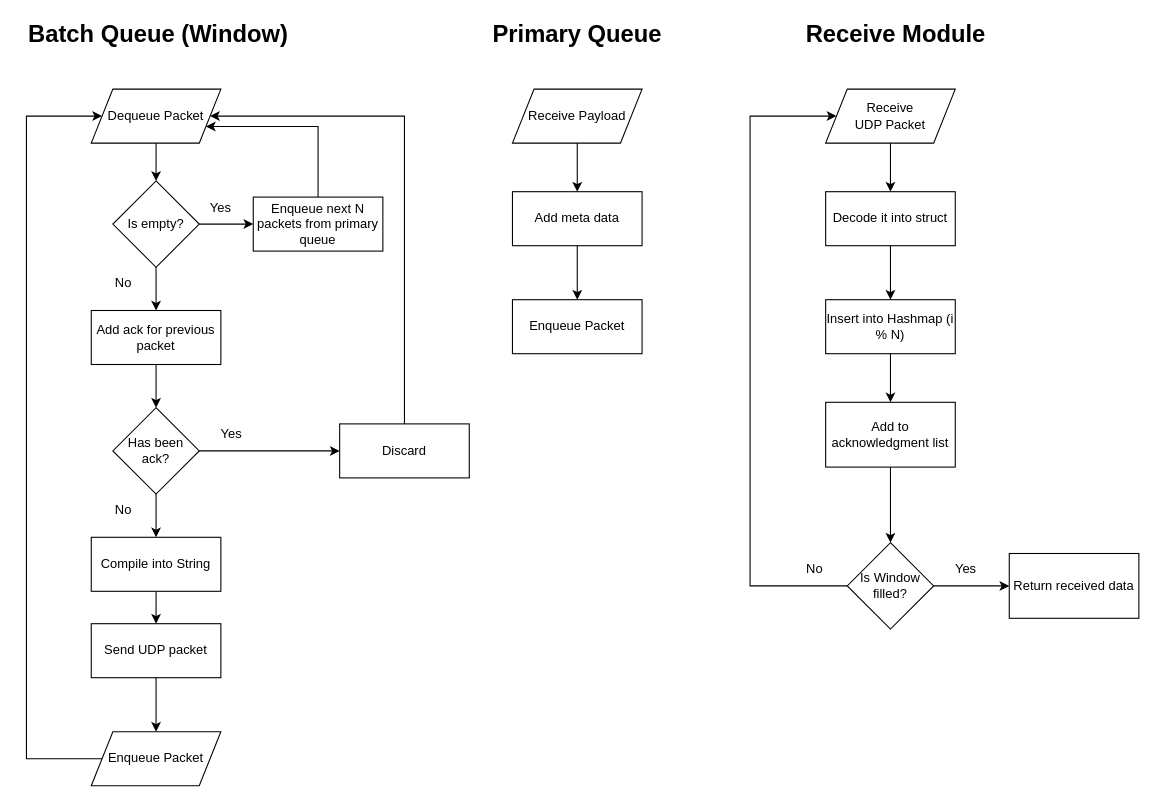
This is page "Queue" (3 of 4) of Software-Architecture.drawio from Prototype-Aether/Prototype-Aether, a draw.io file, before an edit. Source tidied: cells renumbered, new cells numbered last; positions are measured from the earlier drawing's top-left corner, leaving out a move shared by most shapes. Both pictures are drawn from the tidied source at 108%, with x=0, y=0 at pixel (26, 18).
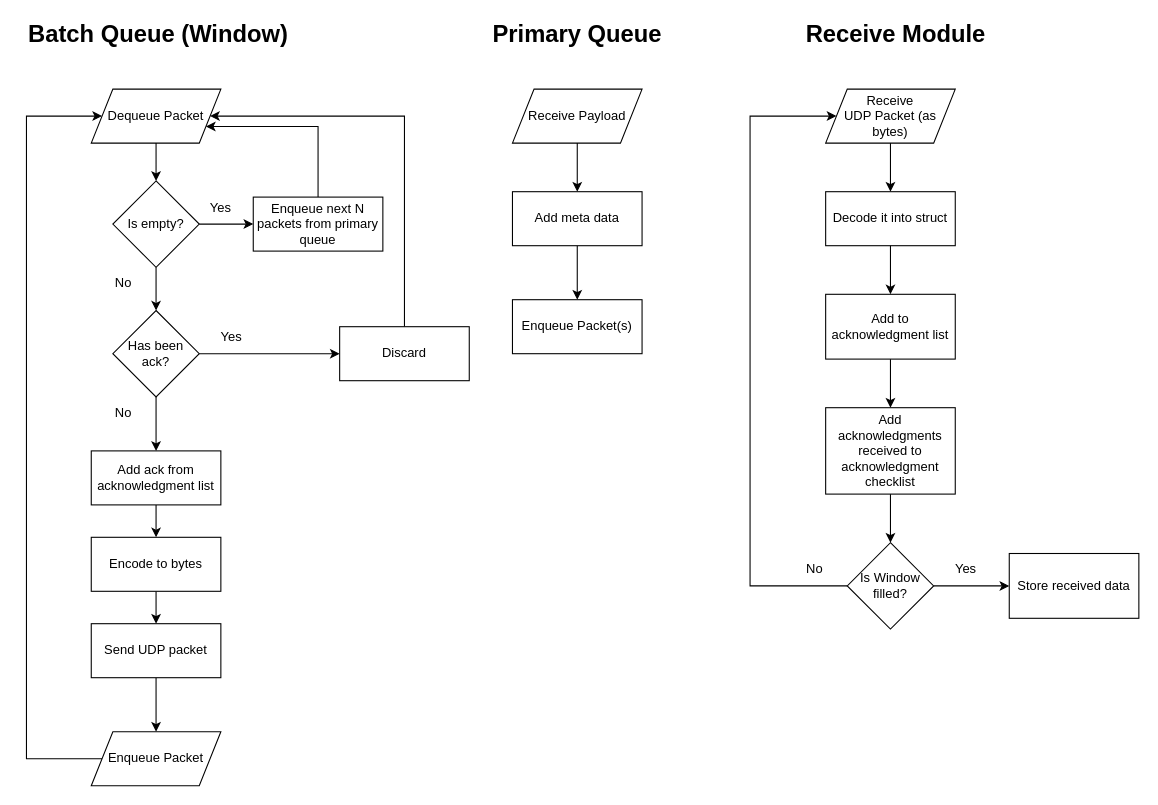
After the change.

The change refers to these unchanged cells:
```xml
<mxCell id="19" value="Is empty?" style="rhombus;whiteSpace=wrap;html=1;" parent="1" vertex="1">
  <mxGeometry x="80" y="150" width="80" height="80" as="geometry" />
</mxCell>
<mxCell id="36" value="Decode it into struct" style="whiteSpace=wrap;html=1;" parent="1" vertex="1">
  <mxGeometry x="740" y="160" width="120" height="50" as="geometry" />
</mxCell>
<mxCell id="44" value="Is Window filled?" style="rhombus;whiteSpace=wrap;html=1;" parent="1" vertex="1">
  <mxGeometry x="760" y="485" width="80" height="80" as="geometry" />
</mxCell>
```

Change to the diagram source:
```diff
@@
-    <mxCell id="5" style="edgeStyle=orthogonalEdgeStyle;rounded=0;jettySize=auto;html=1;" parent="1" edge="1" source="6" target="10">
-      <mxGeometry relative="1" as="geometry" />
-    </mxCell>
+    <mxCell id="48" style="edgeStyle=orthogonalEdgeStyle;rounded=0;jettySize=auto;html=1;entryX=0.5;entryY=0;entryDx=0;entryDy=0;" parent="1" edge="1" source="6" target="51">
+      <mxGeometry relative="1" as="geometry" />
+    </mxCell>
     <mxCell id="6" value="Has been ack?" style="rhombus;whiteSpace=wrap;html=1;" parent="1" vertex="1">
-      <mxGeometry x="80" y="360" width="80" height="80" as="geometry" />
+      <mxGeometry x="80" y="270" width="80" height="80" as="geometry" />
     </mxCell>
@@
     <mxCell id="8" value="Discard" style="whiteSpace=wrap;html=1;" parent="1" vertex="1">
-      <mxGeometry x="290" y="375" width="120" height="50" as="geometry" />
+      <mxGeometry x="290" y="285" width="120" height="50" as="geometry" />
     </mxCell>
@@
-    <mxCell id="10" value="Compile into String" style="whiteSpace=wrap;html=1;" parent="1" vertex="1">
+    <mxCell id="10" value="Encode to bytes" style="whiteSpace=wrap;html=1;" parent="1" vertex="1">
       <mxGeometry x="60" y="480" width="120" height="50" as="geometry" />
     </mxCell>
     <mxCell id="11" value="Yes" style="text;html=1;strokeColor=none;fillColor=none;align=center;verticalAlign=middle;whiteSpace=wrap;rounded=0;" parent="1" vertex="1">
-      <mxGeometry x="160" y="370" width="60" height="30" as="geometry" />
+      <mxGeometry x="160" y="280" width="60" height="30" as="geometry" />
     </mxCell>
     <mxCell id="12" value="No" style="text;html=1;strokeColor=none;fillColor=none;align=center;verticalAlign=middle;whiteSpace=wrap;rounded=0;" parent="1" vertex="1">
-      <mxGeometry x="60" y="440" width="60" height="30" as="geometry" />
+      <mxGeometry x="60" y="350" width="60" height="30" as="geometry" />
     </mxCell>
@@
-    <mxCell id="18" style="edgeStyle=orthogonalEdgeStyle;rounded=0;jettySize=auto;html=1;fontSize=12;" parent="1" edge="1" source="19" target="31">
+    <mxCell id="18" style="edgeStyle=orthogonalEdgeStyle;rounded=0;jettySize=auto;html=1;fontSize=12;entryX=0.5;entryY=0;entryDx=0;entryDy=0;" parent="1" edge="1" source="19" target="6">
       <mxGeometry relative="1" as="geometry" />
     </mxCell>
@@
-    <mxCell id="29" value="Enqueue Packet" style="whiteSpace=wrap;html=1;" parent="1" vertex="1">
+    <mxCell id="29" value="Enqueue Packet(s)" style="whiteSpace=wrap;html=1;" parent="1" vertex="1">
       <mxGeometry x="450" y="260" width="120" height="50" as="geometry" />
     </mxCell>
-    <mxCell id="30" style="edgeStyle=orthogonalEdgeStyle;rounded=0;jettySize=auto;html=1;entryX=0.5;entryY=0;entryDx=0;entryDy=0;fontSize=12;" parent="1" edge="1" source="31" target="6">
-      <mxGeometry relative="1" as="geometry" />
-    </mxCell>
-    <mxCell id="31" value="Add ack for previous packet" style="whiteSpace=wrap;html=1;" parent="1" vertex="1">
-      <mxGeometry x="60" y="270" width="120" height="50" as="geometry" />
-    </mxCell>
@@
-    <mxCell id="34" value="Receive&lt;br&gt;UDP Packet" style="shape=parallelogram;perimeter=parallelogramPerimeter;whiteSpace=wrap;html=1;fixedSize=1;" parent="1" vertex="1">
+    <mxCell id="34" value="Receive&lt;br&gt;UDP Packet (as bytes)" style="shape=parallelogram;perimeter=parallelogramPerimeter;whiteSpace=wrap;html=1;fixedSize=1;" parent="1" vertex="1">
       <mxGeometry x="740" y="65" width="120" height="50" as="geometry" />
     </mxCell>
-    <mxCell id="35" style="edgeStyle=orthogonalEdgeStyle;rounded=0;jettySize=auto;html=1;fontSize=12;" parent="1" edge="1" source="36" target="39">
-      <mxGeometry relative="1" as="geometry" />
-    </mxCell>
@@
-    <mxCell id="38" style="edgeStyle=orthogonalEdgeStyle;rounded=0;jettySize=auto;html=1;fontSize=12;" parent="1" edge="1" source="39" target="41">
+    <mxCell id="38" style="edgeStyle=orthogonalEdgeStyle;rounded=0;jettySize=auto;html=1;fontSize=12;exitX=0.5;exitY=1;exitDx=0;exitDy=0;" parent="1" edge="1" source="36" target="41">
       <mxGeometry relative="1" as="geometry" />
     </mxCell>
-    <mxCell id="39" value="Insert into Hashmap (i % N)" style="whiteSpace=wrap;html=1;" parent="1" vertex="1">
-      <mxGeometry x="740" y="260" width="120" height="50" as="geometry" />
-    </mxCell>
-    <mxCell id="40" style="edgeStyle=orthogonalEdgeStyle;rounded=0;jettySize=auto;html=1;fontSize=12;" parent="1" edge="1" source="41" target="44">
+    <mxCell id="40" style="edgeStyle=orthogonalEdgeStyle;rounded=0;jettySize=auto;html=1;fontSize=12;exitX=0.5;exitY=1;exitDx=0;exitDy=0;" parent="1" edge="1" source="52" target="44">
       <mxGeometry relative="1" as="geometry" />
     </mxCell>
+    <mxCell id="49" style="edgeStyle=orthogonalEdgeStyle;rounded=0;jettySize=auto;html=1;entryX=0.5;entryY=0;entryDx=0;entryDy=0;" parent="1" edge="1" source="41" target="52">
+      <mxGeometry relative="1" as="geometry" />
+    </mxCell>
     <mxCell id="41" value="Add to acknowledgment list" style="whiteSpace=wrap;html=1;" parent="1" vertex="1">
-      <mxGeometry x="740" y="355" width="120" height="60" as="geometry" />
+      <mxGeometry x="740" y="255" width="120" height="60" as="geometry" />
     </mxCell>
@@
-    <mxCell id="45" value="Return received data" style="whiteSpace=wrap;html=1;" parent="1" vertex="1">
+    <mxCell id="45" value="Store received data" style="whiteSpace=wrap;html=1;" parent="1" vertex="1">
       <mxGeometry x="910" y="495" width="120" height="60" as="geometry" />
     </mxCell>
@@
+    <mxCell id="50" style="edgeStyle=orthogonalEdgeStyle;rounded=0;jettySize=auto;html=1;entryX=0.5;entryY=0;entryDx=0;entryDy=0;" parent="1" edge="1" source="51" target="10">
+      <mxGeometry relative="1" as="geometry" />
+    </mxCell>
+    <mxCell id="51" value="Add ack from acknowledgment list" style="whiteSpace=wrap;html=1;" parent="1" vertex="1">
+      <mxGeometry x="60" y="400" width="120" height="50" as="geometry" />
+    </mxCell>
+    <mxCell id="52" value="Add acknowledgments received to acknowledgment checklist" style="whiteSpace=wrap;html=1;" parent="1" vertex="1">
+      <mxGeometry x="740" y="360" width="120" height="80" as="geometry" />
+    </mxCell>
```
